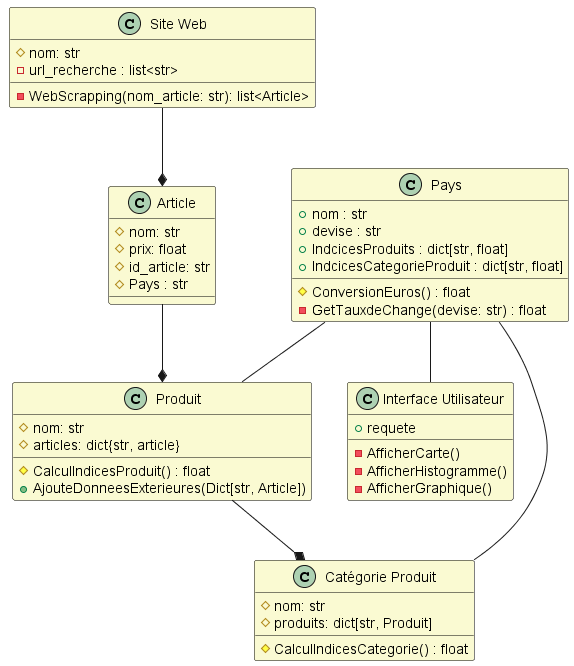
The PlantUML diagram diagrammes/uml.png in Sjats/ProjetTraitementdeDonnees2024, before a commit. The source it was exported from:
```plantuml
@startuml

skinparam class {
    BackgroundColor LightGoldenRodYellow
    BorderColor black
}

class "Site Web" {
    # nom: str
    - url_recherche : list<str>
    - WebScrapping(nom_article: str): list<Article>
}

class "Interface Utilisateur" {
    + requete
    - AfficherCarte()
    - AfficherHistogramme()
    - AfficherGraphique()
}

class Article {
    # nom: str
    # prix: float
    # id_article: str
    # Pays : str
}

class Produit {
    # nom: str
    # articles: dict{str, article}
    # CalculIndicesProduit() : float
    + AjouteDonneesExterieures(Dict[str, Article])
}

class "Catégorie Produit" {
    # nom: str
    # produits: dict[str, Produit]
    # CalculIndicesCategorie() : float
}

class Pays {
    + nom : str
    + devise : str
    + IndcicesProduits : dict[str, float]
    + IndcicesCategorieProduit : dict[str, float]
    # ConversionEuros() : float
    - GetTauxdeChange(devise: str) : float
}

"Site Web" --* Article
Article --* Produit
Produit --* "Catégorie Produit"

Pays -- "Interface Utilisateur"
Pays-- "Catégorie Produit"
Pays -- Produit
@enduml
```
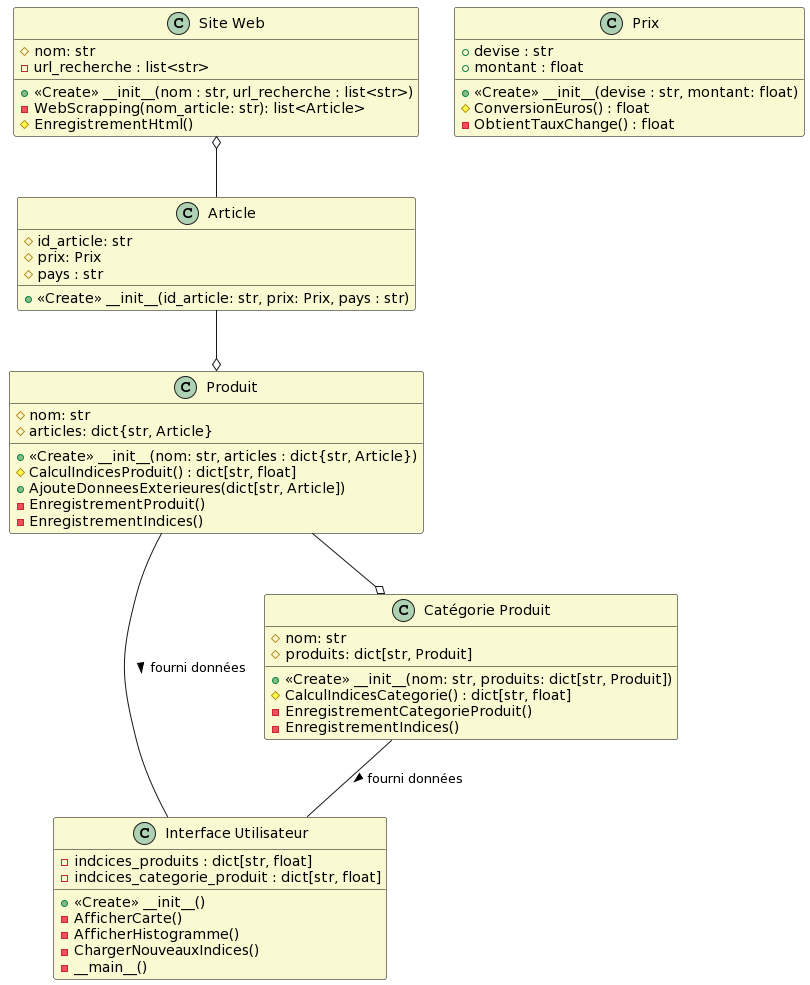
Later version of the same file.

Commit message:
mise à jour uml

The edit, as a diff of the source:
```diff
@@ -1,5 +1,4 @@
 @startuml
-
 skinparam class {
     BackgroundColor LightGoldenRodYellow
     BorderColor black
@@ -8,50 +7,63 @@
 class "Site Web" {
     # nom: str
     - url_recherche : list<str>
+    + <<Create>> __init__(nom : str, url_recherche : list<str>)
     - WebScrapping(nom_article: str): list<Article>
+    # EnregistrementHtml()
+
+
 }
 
 class "Interface Utilisateur" {
-    + requete
+    - indcices_produits : dict[str, float]
+    - indcices_categorie_produit : dict[str, float]
+    + <<Create>> __init__()
     - AfficherCarte()
     - AfficherHistogramme()
-    - AfficherGraphique()
+    - ChargerNouveauxIndices()
+    - __main__()
 }
 
 class Article {
-    # nom: str
-    # prix: float
     # id_article: str
-    # Pays : str
+    # prix: Prix
+    # pays : str
+    + <<Create>> __init__(id_article: str, prix: Prix, pays : str)
 }
 
 class Produit {
     # nom: str
-    # articles: dict{str, article}
-    # CalculIndicesProduit() : float
-    + AjouteDonneesExterieures(Dict[str, Article])
+    # articles: dict{str, Article}
+    + <<Create>> __init__(nom: str, articles : dict{str, Article})
+    # CalculIndicesProduit() : dict[str, float]
+    + AjouteDonneesExterieures(dict[str, Article])
+    - EnregistrementProduit()
+    - EnregistrementIndices()
 }
 
 class "Catégorie Produit" {
     # nom: str
     # produits: dict[str, Produit]
-    # CalculIndicesCategorie() : float
+    + <<Create>> __init__(nom: str, produits: dict[str, Produit])
+    # CalculIndicesCategorie() : dict[str, float]
+    - EnregistrementCategorieProduit()
+    - EnregistrementIndices()
 }
 
-class Pays {
-    + nom : str
+class Prix {
     + devise : str
-    + IndcicesProduits : dict[str, float]
-    + IndcicesCategorieProduit : dict[str, float]
+    + montant : float
+    + <<Create>> __init__(devise : str, montant: float)
     # ConversionEuros() : float
-    - GetTauxdeChange(devise: str) : float
+    - ObtientTauxChange() : float
+
 }
 
-"Site Web" --* Article
-Article --* Produit
-Produit --* "Catégorie Produit"
 
-Pays -- "Interface Utilisateur"
-Pays-- "Catégorie Produit"
-Pays -- Produit
+"Site Web" o-- Article
+Article --o Produit
+Produit --o "Catégorie Produit"
+
+"Catégorie Produit" -- "Interface Utilisateur" : fourni données >
+Produit -- "Interface Utilisateur" : fourni données >
 @enduml
```
